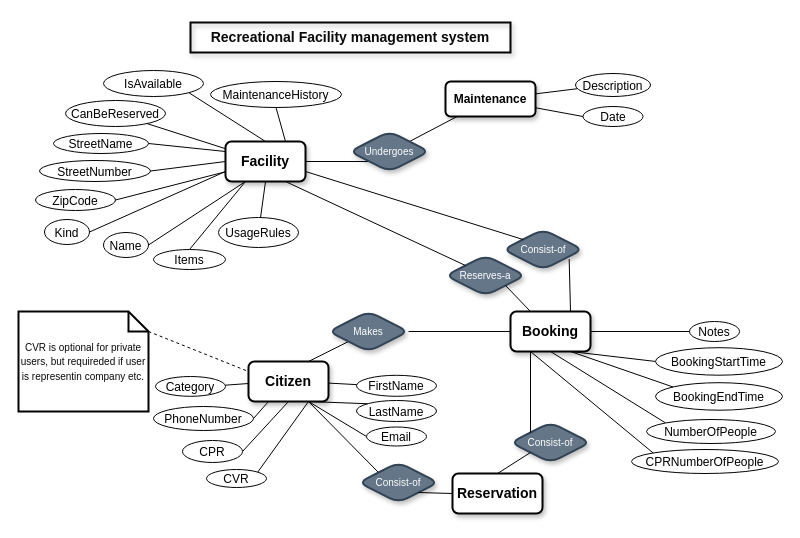
Earlier version of the draw.io diagram Handin2/diagram/ER_Diagram.drawio (MartinStokholm/DABExercises). Source tidied: cells renumbered, new cells numbered last; positions are measured from the earlier drawing's top-left corner, leaving out a move shared by most shapes. Both pictures are drawn from the tidied source at 100%, with x=0, y=0 at pixel (18, 22).
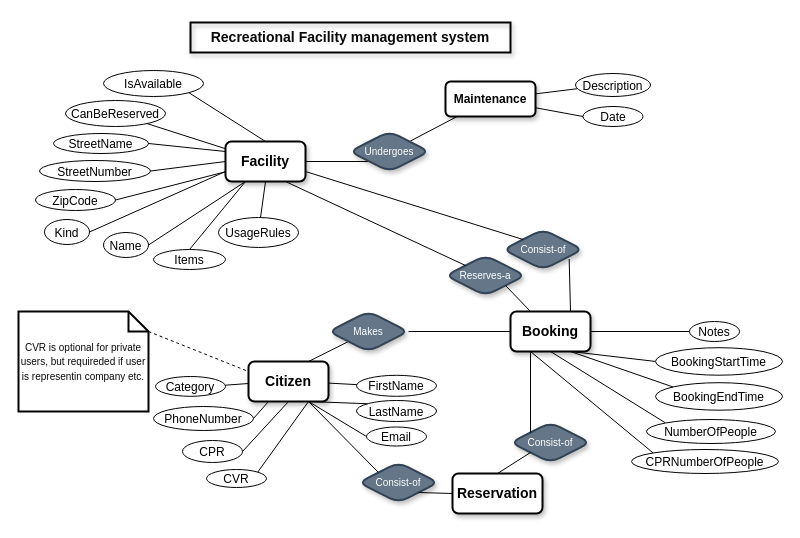
The same page after the edit.

The change refers to these unchanged cells:
```xml
<mxCell id="3" value="&lt;font style=&quot;font-size: 14px;&quot;&gt;Facility&lt;/font&gt;" style="rounded=1;whiteSpace=wrap;html=1;shadow=1;strokeWidth=2;strokeColor=#030303;fontStyle=1;" parent="1" vertex="1">
  <mxGeometry x="207" y="119" width="80" height="40" as="geometry" />
</mxCell>
```

What changed in the source:
```diff
@@
-    <mxCell id="74" value="&lt;font style=&quot;font-size: 12px&quot;&gt;MaintenanceHistory&lt;/font&gt;" style="ellipse;whiteSpace=wrap;html=1;fontSize=14;strokeColor=#030303;" parent="1" vertex="1">
-      <mxGeometry x="192" y="59" width="131" height="26" as="geometry" />
-    </mxCell>
-    <mxCell id="75" style="rounded=0;jettySize=auto;html=1;fontSize=12;endArrow=none;endFill=0;strokeColor=#030303;entryX=0.5;entryY=1;entryDx=0;entryDy=0;exitX=0.75;exitY=0;exitDx=0;exitDy=0;" parent="1" edge="1" source="3" target="74">
-      <mxGeometry relative="1" as="geometry" />
-    </mxCell>
```
